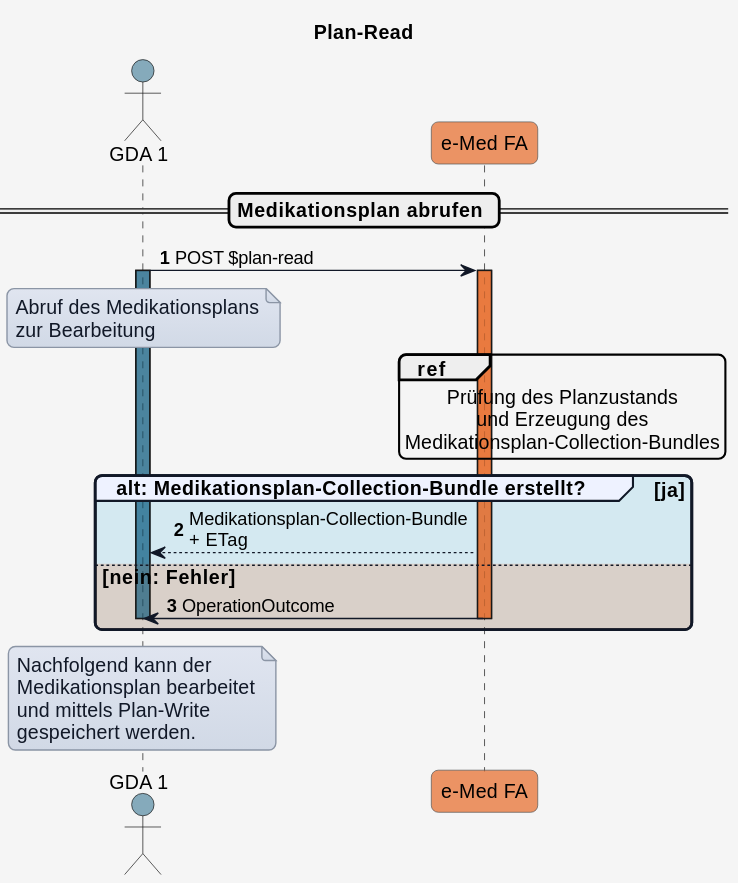
Before: r4-ELGA-e-Medikation-main/plantuml/UC_eMed_01_01.svg, a diagram exported from PlantUML (HL7Austria/hl7austria.github.io).
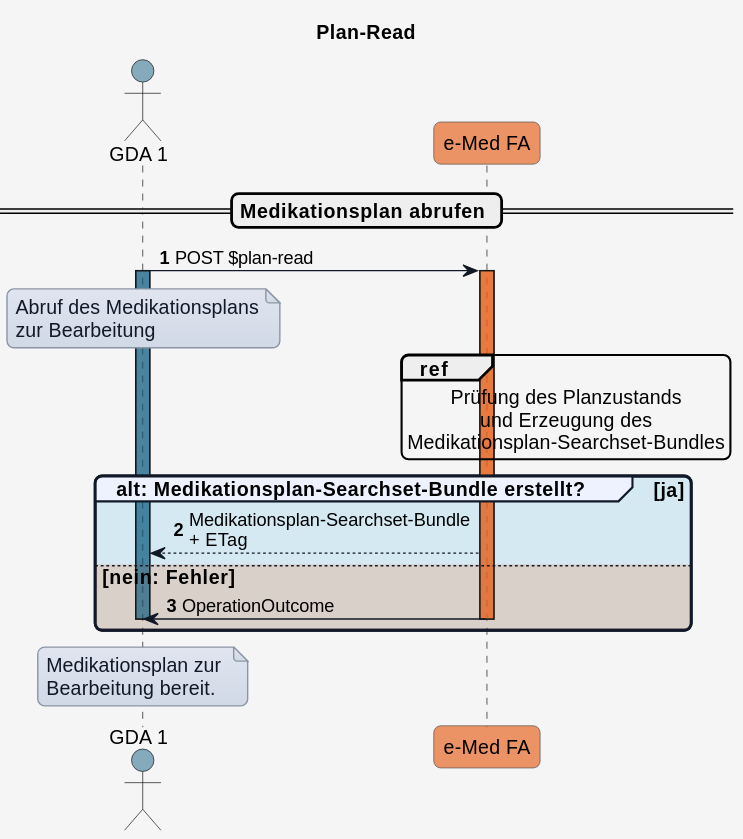
Above is the later version.

Change to the diagram source:
```diff
@@ -71,11 +71,11 @@
 ref over eMed_FA
 Prüfung des Planzustands
 und Erzeugung des
-Medikationsplan-Collection-Bundles
+Medikationsplan-Searchset-Bundles
 end ref
 
-group COLOR_OK alt: Medikationsplan-Collection-Bundle erstellt? [ja]
-  eMed_FA --> GDA_1: Medikationsplan-Collection-Bundle\n+ ETag
+group COLOR_OK alt: Medikationsplan-Searchset-Bundle erstellt? [ja]
+  eMed_FA --> GDA_1: Medikationsplan-Searchset-Bundle\n+ ETag
 else COLOR_ERROR nein: Fehler
   eMed_FA -> GDA_1: OperationOutcome
   deactivate GDA_1
@@ -84,9 +84,7 @@
 
 
 note over GDA_1
-Nachfolgend kann der
-Medikationsplan bearbeitet
-und mittels Plan-Write
-gespeichert werden.
+Medikationsplan zur
+Bearbeitung bereit.
 end note
 @enduml
```
